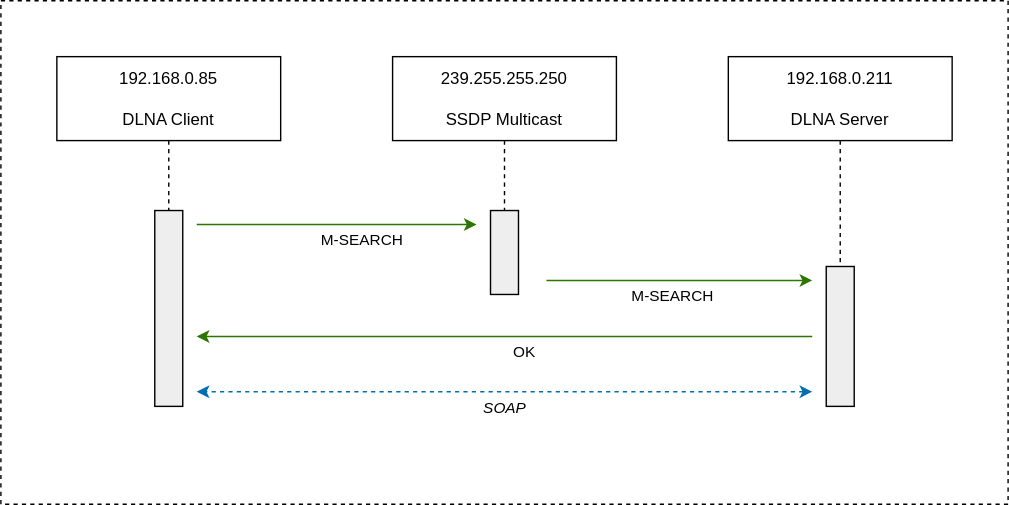
Above: static/images/kubernetes-and-dlna.drawio.svg in Cori1109/Cori1109.github.io (draw.io), before the change. Source tidied: cells renumbered, new cells last; positions are measured from the earlier drawing's top-left corner, leaving out a move shared by most shapes.
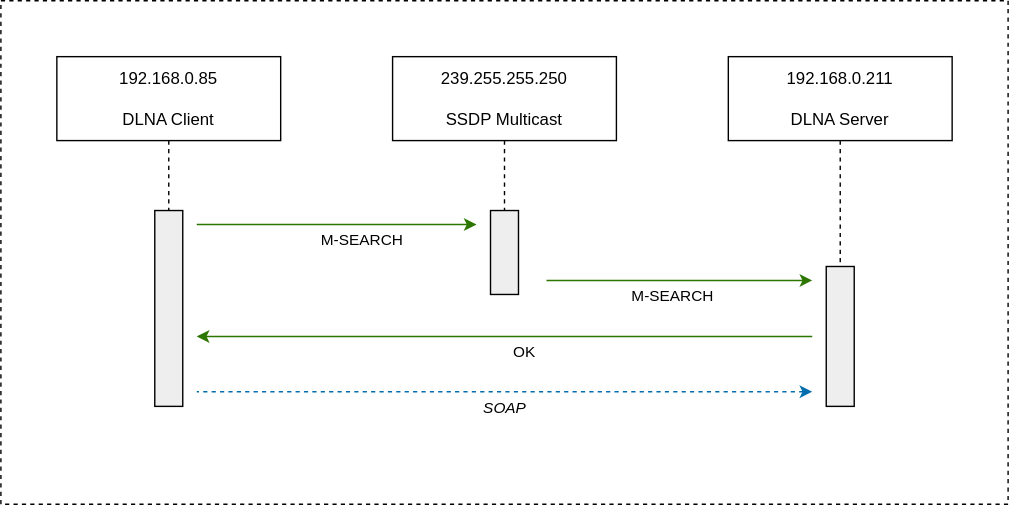
After the commit.

The edit, as a diff of the source:
```diff
@@ -65,7 +65,7 @@
         <mxPoint x="-44" y="12" as="offset" />
       </mxGeometry>
     </mxCell>
-    <mxCell id="18" value="SOAP" style="edgeStyle=orthogonalEdgeStyle;rounded=0;orthogonalLoop=1;jettySize=auto;html=1;startArrow=classic;startFill=1;dashed=1;fillColor=#1ba1e2;strokeColor=#006EAF;fontStyle=2;" parent="1" edge="1">
+    <mxCell id="18" value="SOAP" style="edgeStyle=orthogonalEdgeStyle;rounded=0;orthogonalLoop=1;jettySize=auto;html=1;startArrow=classic;startFill=1;dashed=1;fillColor=#1ba1e2;strokeColor=#006EAF;fontStyle=2;endArrow=none;endFill=0;" parent="1" edge="1">
       <mxGeometry y="11" relative="1" as="geometry">
         <mxPoint x="580" y="279.5" as="sourcePoint" />
         <mxPoint x="140" y="279.5" as="targetPoint" />
```
